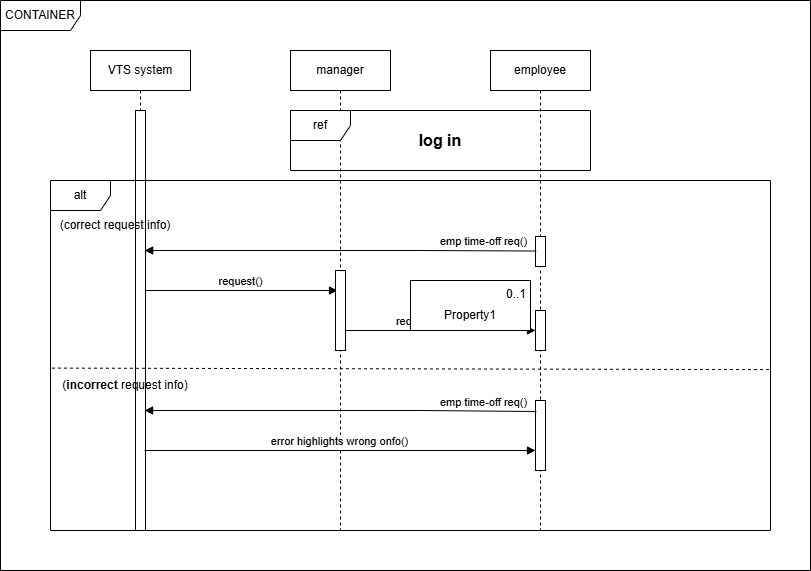
zieadkh/Mentorship keeps this draw.io diagram as task1/manageTime_sequenceDiagram.drawio.png. Above is the earlier version. Source tidied: cells renumbered, new cells last; positions are measured from the earlier drawing's top-left corner, leaving out a move shared by most shapes.
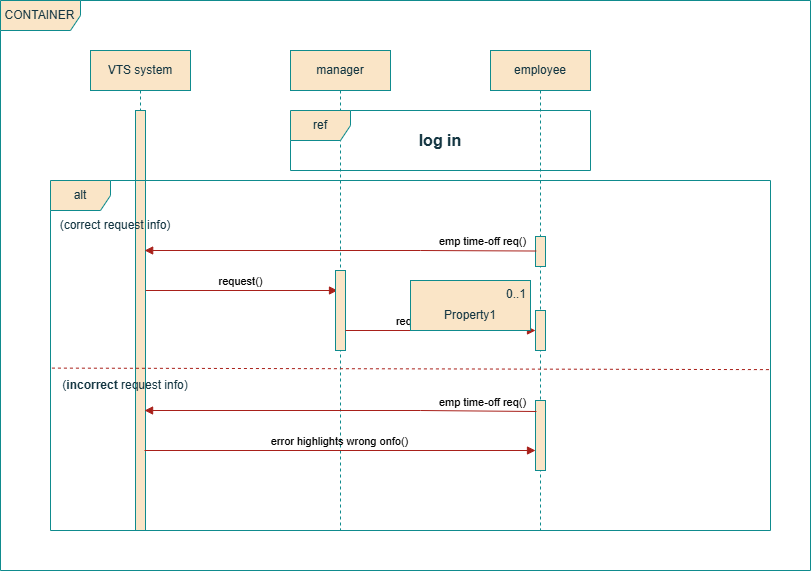
Above is the later version.

Change to the diagram source:
```diff
@@ -2,52 +2,52 @@
   <root>
     <mxCell id="0" />
     <mxCell id="1" parent="0" />
-    <mxCell id="2" value="manager" style="shape=umlLifeline;perimeter=lifelinePerimeter;whiteSpace=wrap;html=1;newEdgeStyle={&quot;curved&quot;:0,&quot;rounded&quot;:0};size=40;" parent="1" vertex="1">
+    <mxCell id="2" value="manager" style="shape=umlLifeline;perimeter=lifelinePerimeter;whiteSpace=wrap;html=1;newEdgeStyle={&quot;curved&quot;:0,&quot;rounded&quot;:0};size=40;labelBackgroundColor=none;fillColor=#FAE5C7;strokeColor=#0F8B8D;fontColor=#143642;" parent="1" vertex="1">
       <mxGeometry x="290" y="50" width="100" height="480" as="geometry" />
     </mxCell>
-    <mxCell id="3" value="employee" style="shape=umlLifeline;perimeter=lifelinePerimeter;whiteSpace=wrap;html=1;newEdgeStyle={&quot;curved&quot;:0,&quot;rounded&quot;:0};" parent="1" vertex="1">
+    <mxCell id="3" value="employee" style="shape=umlLifeline;perimeter=lifelinePerimeter;whiteSpace=wrap;html=1;newEdgeStyle={&quot;curved&quot;:0,&quot;rounded&quot;:0};labelBackgroundColor=none;fillColor=#FAE5C7;strokeColor=#0F8B8D;fontColor=#143642;" parent="1" vertex="1">
       <mxGeometry x="490" y="50" width="100" height="480" as="geometry" />
     </mxCell>
-    <mxCell id="4" style="html=1;points=[[0,0,0,0,5],[0,1,0,0,-5],[1,0,0,0,5],[1,1,0,0,-5]];perimeter=orthogonalPerimeter;outlineConnect=0;targetShapes=umlLifeline;portConstraint=eastwest;newEdgeStyle={&quot;curved&quot;:0,&quot;rounded&quot;:0};" parent="3" vertex="1">
+    <mxCell id="4" style="html=1;points=[[0,0,0,0,5],[0,1,0,0,-5],[1,0,0,0,5],[1,1,0,0,-5]];perimeter=orthogonalPerimeter;outlineConnect=0;targetShapes=umlLifeline;portConstraint=eastwest;newEdgeStyle={&quot;curved&quot;:0,&quot;rounded&quot;:0};labelBackgroundColor=none;fillColor=#FAE5C7;strokeColor=#0F8B8D;fontColor=#143642;" parent="3" vertex="1">
       <mxGeometry x="45" y="186" width="10" height="30" as="geometry" />
     </mxCell>
-    <mxCell id="5" style="html=1;perimeter=orthogonalPerimeter;targetShapes=umlLifeline;newEdgeStyle={&quot;curved&quot;:0,&quot;rounded&quot;:0};" parent="3" vertex="1">
+    <mxCell id="5" style="html=1;perimeter=orthogonalPerimeter;targetShapes=umlLifeline;newEdgeStyle={&quot;curved&quot;:0,&quot;rounded&quot;:0};labelBackgroundColor=none;fillColor=#FAE5C7;strokeColor=#0F8B8D;fontColor=#143642;" parent="3" vertex="1">
       <mxGeometry x="45" y="350" width="10" height="70" as="geometry" />
     </mxCell>
-    <mxCell id="6" value="VTS system" style="shape=umlLifeline;perimeter=lifelinePerimeter;whiteSpace=wrap;html=1;newEdgeStyle={&quot;curved&quot;:0,&quot;rounded&quot;:0};" parent="1" vertex="1">
+    <mxCell id="6" value="VTS system" style="shape=umlLifeline;perimeter=lifelinePerimeter;whiteSpace=wrap;html=1;newEdgeStyle={&quot;curved&quot;:0,&quot;rounded&quot;:0};labelBackgroundColor=none;fillColor=#FAE5C7;strokeColor=#0F8B8D;fontColor=#143642;" parent="1" vertex="1">
       <mxGeometry x="90" y="50" width="100" height="480" as="geometry" />
     </mxCell>
-    <mxCell id="7" style="html=1;perimeter=orthogonalPerimeter;targetShapes=umlLifeline;newEdgeStyle={&quot;curved&quot;:0,&quot;rounded&quot;:0};" parent="6" vertex="1">
+    <mxCell id="7" style="html=1;perimeter=orthogonalPerimeter;targetShapes=umlLifeline;newEdgeStyle={&quot;curved&quot;:0,&quot;rounded&quot;:0};labelBackgroundColor=none;fillColor=#FAE5C7;strokeColor=#0F8B8D;fontColor=#143642;" parent="6" vertex="1">
       <mxGeometry x="45" y="60" width="10" height="420" as="geometry" />
     </mxCell>
-    <mxCell id="8" value="ref" style="shape=umlFrame;whiteSpace=wrap;html=1;" parent="1" vertex="1">
+    <mxCell id="8" value="ref" style="shape=umlFrame;whiteSpace=wrap;html=1;labelBackgroundColor=none;fillColor=#FAE5C7;strokeColor=#0F8B8D;fontColor=#143642;" parent="1" vertex="1">
       <mxGeometry x="290" y="110" width="300" height="60" as="geometry" />
     </mxCell>
-    <mxCell id="9" value="&lt;b&gt;&lt;font style=&quot;font-size: 16px;&quot;&gt;log in&lt;/font&gt;&lt;/b&gt;" style="text;html=1;whiteSpace=wrap;strokeColor=none;fillColor=none;align=center;verticalAlign=middle;rounded=0;" parent="1" vertex="1">
+    <mxCell id="9" value="&lt;b&gt;&lt;font style=&quot;font-size: 16px;&quot;&gt;log in&lt;/font&gt;&lt;/b&gt;" style="text;html=1;whiteSpace=wrap;strokeColor=none;fillColor=none;align=center;verticalAlign=middle;rounded=0;labelBackgroundColor=none;fontColor=#143642;" parent="1" vertex="1">
       <mxGeometry x="410" y="125" width="60" height="30" as="geometry" />
     </mxCell>
-    <mxCell id="10" value="request()" style="html=1;verticalAlign=bottom;endArrow=block;curved=0;rounded=0;" parent="1" edge="1">
+    <mxCell id="10" value="request()" style="html=1;verticalAlign=bottom;endArrow=block;curved=0;rounded=0;labelBackgroundColor=none;strokeColor=#A8201A;fontColor=default;" parent="1" edge="1">
       <mxGeometry x="-0.01" relative="1" as="geometry">
         <mxPoint x="145.2" y="290" as="sourcePoint" />
         <mxPoint x="337" y="290" as="targetPoint" />
       </mxGeometry>
     </mxCell>
-    <mxCell id="11" value="alt" style="shape=umlFrame;whiteSpace=wrap;html=1;" parent="1" vertex="1">
+    <mxCell id="11" value="alt" style="shape=umlFrame;whiteSpace=wrap;html=1;labelBackgroundColor=none;fillColor=#FAE5C7;strokeColor=#0F8B8D;fontColor=#143642;" parent="1" vertex="1">
       <mxGeometry x="50" y="180" width="720" height="350" as="geometry" />
     </mxCell>
-    <mxCell id="12" value="error highlights wrong onfo()" style="html=1;verticalAlign=bottom;endArrow=block;curved=0;rounded=0;strokeWidth=1;" parent="1" edge="1">
+    <mxCell id="12" value="error highlights wrong onfo()" style="html=1;verticalAlign=bottom;endArrow=block;curved=0;rounded=0;strokeWidth=1;labelBackgroundColor=none;strokeColor=#A8201A;fontColor=default;" parent="1" edge="1">
       <mxGeometry x="-0.01" relative="1" as="geometry">
         <mxPoint x="144" y="450" as="sourcePoint" />
         <mxPoint x="535" y="450" as="targetPoint" />
       </mxGeometry>
     </mxCell>
-    <mxCell id="13" value="(correct request info)" style="text;html=1;whiteSpace=wrap;strokeColor=none;fillColor=none;align=center;verticalAlign=middle;rounded=0;" parent="1" vertex="1">
+    <mxCell id="13" value="(correct request info)" style="text;html=1;whiteSpace=wrap;strokeColor=none;fillColor=none;align=center;verticalAlign=middle;rounded=0;labelBackgroundColor=none;fontColor=#143642;" parent="1" vertex="1">
       <mxGeometry x="50" y="210" width="130" height="30" as="geometry" />
     </mxCell>
-    <mxCell id="14" style="html=1;perimeter=orthogonalPerimeter;targetShapes=umlLifeline;newEdgeStyle={&quot;curved&quot;:0,&quot;rounded&quot;:0};" parent="1" vertex="1">
+    <mxCell id="14" style="html=1;perimeter=orthogonalPerimeter;targetShapes=umlLifeline;newEdgeStyle={&quot;curved&quot;:0,&quot;rounded&quot;:0};labelBackgroundColor=none;fillColor=#FAE5C7;strokeColor=#0F8B8D;fontColor=#143642;" parent="1" vertex="1">
       <mxGeometry x="335" y="270" width="10" height="80" as="geometry" />
     </mxCell>
-    <mxCell id="15" value="emp time-off req()" style="html=1;verticalAlign=bottom;endArrow=block;curved=0;rounded=0;exitX=0.067;exitY=0.484;exitDx=0;exitDy=0;exitPerimeter=0;" parent="1" edge="1" source="4">
+    <mxCell id="15" value="emp time-off req()" style="html=1;verticalAlign=bottom;endArrow=block;curved=0;rounded=0;exitX=0.067;exitY=0.484;exitDx=0;exitDy=0;exitPerimeter=0;labelBackgroundColor=none;strokeColor=#A8201A;fontColor=default;" parent="1" edge="1" source="4">
       <mxGeometry x="-0.73" relative="1" as="geometry">
         <mxPoint x="144.2" y="250" as="targetPoint" />
         <Array as="points">
@@ -55,24 +55,24 @@
         </Array>
       </mxGeometry>
     </mxCell>
-    <mxCell id="16" style="html=1;points=[[0,0,0,0,5],[0,1,0,0,-5],[1,0,0,0,5],[1,1,0,0,-5]];perimeter=orthogonalPerimeter;outlineConnect=0;targetShapes=umlLifeline;portConstraint=eastwest;newEdgeStyle={&quot;curved&quot;:0,&quot;rounded&quot;:0};" parent="1" vertex="1">
+    <mxCell id="16" style="html=1;points=[[0,0,0,0,5],[0,1,0,0,-5],[1,0,0,0,5],[1,1,0,0,-5]];perimeter=orthogonalPerimeter;outlineConnect=0;targetShapes=umlLifeline;portConstraint=eastwest;newEdgeStyle={&quot;curved&quot;:0,&quot;rounded&quot;:0};labelBackgroundColor=none;fillColor=#FAE5C7;strokeColor=#0F8B8D;fontColor=#143642;" parent="1" vertex="1">
       <mxGeometry x="535" y="310" width="10" height="40" as="geometry" />
     </mxCell>
-    <mxCell id="17" value="request respoce ()" style="html=1;verticalAlign=bottom;endArrow=block;curved=0;rounded=0;" parent="1" edge="1" target="16">
+    <mxCell id="17" value="request respoce ()" style="html=1;verticalAlign=bottom;endArrow=block;curved=0;rounded=0;labelBackgroundColor=none;strokeColor=#A8201A;fontColor=default;" parent="1" edge="1" target="16">
       <mxGeometry relative="1" as="geometry">
         <mxPoint x="345" y="330" as="sourcePoint" />
       </mxGeometry>
     </mxCell>
-    <mxCell id="18" style="endArrow=none;dashed=1;html=1;rounded=0;exitX=0.002;exitY=0.67;exitDx=0;exitDy=0;exitPerimeter=0;entryX=1;entryY=0.674;entryDx=0;entryDy=0;entryPerimeter=0;" parent="1" edge="1">
+    <mxCell id="18" style="endArrow=none;dashed=1;html=1;rounded=0;exitX=0.002;exitY=0.67;exitDx=0;exitDy=0;exitPerimeter=0;entryX=1;entryY=0.674;entryDx=0;entryDy=0;entryPerimeter=0;labelBackgroundColor=none;strokeColor=#A8201A;fontColor=default;" parent="1" edge="1">
       <mxGeometry relative="1" as="geometry">
         <mxPoint x="51.4" y="367.6" as="sourcePoint" />
         <mxPoint x="770" y="369.1" as="targetPoint" />
       </mxGeometry>
     </mxCell>
-    <mxCell id="19" value="(&lt;b&gt;incorrect&lt;/b&gt; request info)" style="text;html=1;whiteSpace=wrap;strokeColor=none;fillColor=none;align=center;verticalAlign=middle;rounded=0;" parent="1" vertex="1">
+    <mxCell id="19" value="(&lt;b&gt;incorrect&lt;/b&gt; request info)" style="text;html=1;whiteSpace=wrap;strokeColor=none;fillColor=none;align=center;verticalAlign=middle;rounded=0;labelBackgroundColor=none;fontColor=#143642;" parent="1" vertex="1">
       <mxGeometry x="60" y="370" width="130" height="30" as="geometry" />
     </mxCell>
-    <mxCell id="20" value="emp time-off req()" style="html=1;verticalAlign=bottom;endArrow=block;curved=0;rounded=0;exitX=0.067;exitY=0.484;exitDx=0;exitDy=0;exitPerimeter=0;" parent="1" edge="1">
+    <mxCell id="20" value="emp time-off req()" style="html=1;verticalAlign=bottom;endArrow=block;curved=0;rounded=0;exitX=0.067;exitY=0.484;exitDx=0;exitDy=0;exitPerimeter=0;labelBackgroundColor=none;strokeColor=#A8201A;fontColor=default;" parent="1" edge="1">
       <mxGeometry x="-0.73" relative="1" as="geometry">
         <mxPoint x="535.9" y="411" as="sourcePoint" />
         <mxPoint x="144.1" y="410" as="targetPoint" />
@@ -81,15 +81,15 @@
         </Array>
       </mxGeometry>
     </mxCell>
-    <mxCell id="21" value="0..1" style="align=right;verticalAlign=top;spacingRight=2;whiteSpace=wrap;html=1;" parent="1" vertex="1">
+    <mxCell id="21" value="0..1" style="align=right;verticalAlign=top;spacingRight=2;whiteSpace=wrap;html=1;labelBackgroundColor=none;fillColor=#FAE5C7;strokeColor=#0F8B8D;fontColor=#143642;" parent="1" vertex="1">
       <mxGeometry x="410" y="280" width="120" height="50" as="geometry" />
     </mxCell>
-    <mxCell id="22" value="Property1" style="text;html=1;strokeColor=none;fillColor=none;align=center;verticalAlign=middle;spacingLeft=4;spacingRight=4;overflow=hidden;whiteSpace=wrap;" parent="21" vertex="1">
+    <mxCell id="22" value="Property1" style="text;html=1;strokeColor=none;fillColor=none;align=center;verticalAlign=middle;spacingLeft=4;spacingRight=4;overflow=hidden;whiteSpace=wrap;labelBackgroundColor=none;fontColor=#143642;" parent="21" vertex="1">
       <mxGeometry y="1" width="120" height="30" relative="1" as="geometry">
         <mxPoint y="-30" as="offset" />
       </mxGeometry>
     </mxCell>
-    <mxCell id="23" value="CONTAINER" style="shape=umlFrame;whiteSpace=wrap;html=1;width=80;height=30;" parent="1" vertex="1">
+    <mxCell id="23" value="CONTAINER" style="shape=umlFrame;whiteSpace=wrap;html=1;width=80;height=30;labelBackgroundColor=none;fillColor=#FAE5C7;strokeColor=#0F8B8D;fontColor=#143642;" parent="1" vertex="1">
       <mxGeometry width="810" height="570" as="geometry" />
     </mxCell>
   </root>
```
